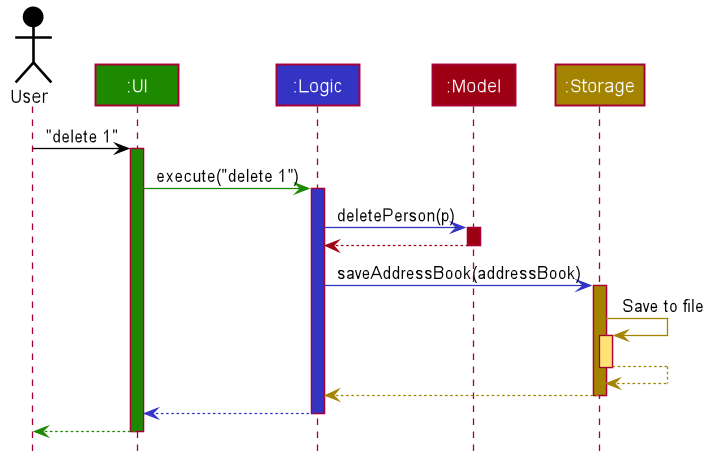
The PlantUML diagram docs/images/ArchitectureSequenceDiagram.png in nus-cs2103-AY2223S2/tp, before a commit.
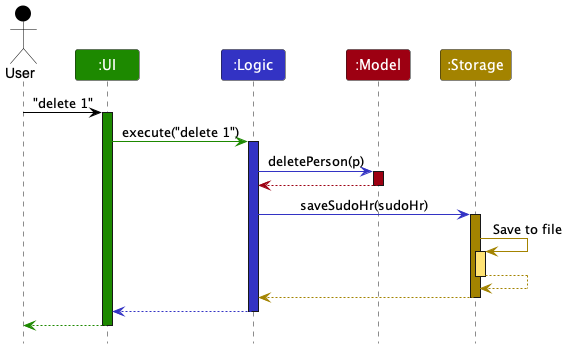
After the commit.

Diff of the diagram source:
```diff
@@ -1,85 +1,38 @@
 @startuml
+!include style.puml
 
+Actor User as user USER_COLOR
+Participant ":UI" as ui UI_COLOR
+Participant ":Logic" as logic LOGIC_COLOR
+Participant ":Model" as model MODEL_COLOR
+Participant ":Storage" as storage STORAGE_COLOR
 
+user -[USER_COLOR]> ui : "delete 1"
+activate ui UI_COLOR
 
+ui -[UI_COLOR]> logic : execute("delete 1")
+activate logic LOGIC_COLOR
 
+logic -[LOGIC_COLOR]> model : deletePerson(p)
+activate model MODEL_COLOR
 
-
-
-
-skinparam BackgroundColor #FFFFFFF
-
-skinparam Shadowing false
-
-skinparam Class {
-    FontColor #FFFFFF
-    BorderThickness 1
-    BorderColor #FFFFFF
-    StereotypeFontColor #FFFFFF
-    FontName Arial
-}
-
-skinparam Actor {
-    BorderColor #000000
-    Color #000000
-    FontName Arial
-}
-
-skinparam Sequence {
-    MessageAlign center
-    BoxFontSize 15
-    BoxPadding 0
-    BoxFontColor #FFFFFF
-    FontName Arial
-}
-
-skinparam Participant {
-    FontColor #FFFFFFF
-    Padding 20
-}
-
-skinparam MinClassWidth 50
-skinparam ParticipantPadding 10
-skinparam Shadowing false
-skinparam DefaultTextAlignment center
-skinparam packageStyle Rectangle
-
-hide footbox
-hide members
-hide circle
-
-Actor User as user #000000
-Participant ":UI" as ui #1D8900
-Participant ":Logic" as logic #3333C4
-Participant ":Model" as model #9D0012
-Participant ":Storage" as storage #A38300
-
-user -[#000000]> ui : "delete 1"
-activate ui #1D8900
-
-ui -[#1D8900]> logic : execute("delete 1")
-activate logic #3333C4
-
-logic -[#3333C4]> model : deletePerson(p)
-activate model #9D0012
-
-model -[#9D0012]-> logic
+model -[MODEL_COLOR]-> logic
 deactivate model
 
-logic -[#3333C4]> storage : saveAddressBook(addressBook)
-activate storage #A38300
+logic -[LOGIC_COLOR]> storage : saveSudoHr(sudoHr)
+activate storage STORAGE_COLOR
 
-storage -[#A38300]> storage : Save to file
-activate storage #FFE374
-storage --[#A38300]> storage
+storage -[STORAGE_COLOR]> storage : Save to file
+activate storage STORAGE_COLOR_T1
+storage --[STORAGE_COLOR]> storage
 deactivate storage
 
-storage --[#A38300]> logic
+storage --[STORAGE_COLOR]> logic
 deactivate storage
 
-logic --[#3333C4]> ui
+logic --[LOGIC_COLOR]> ui
 deactivate logic
 
-ui--[#1D8900]> user
+ui--[UI_COLOR]> user
 deactivate ui
 @enduml
```
